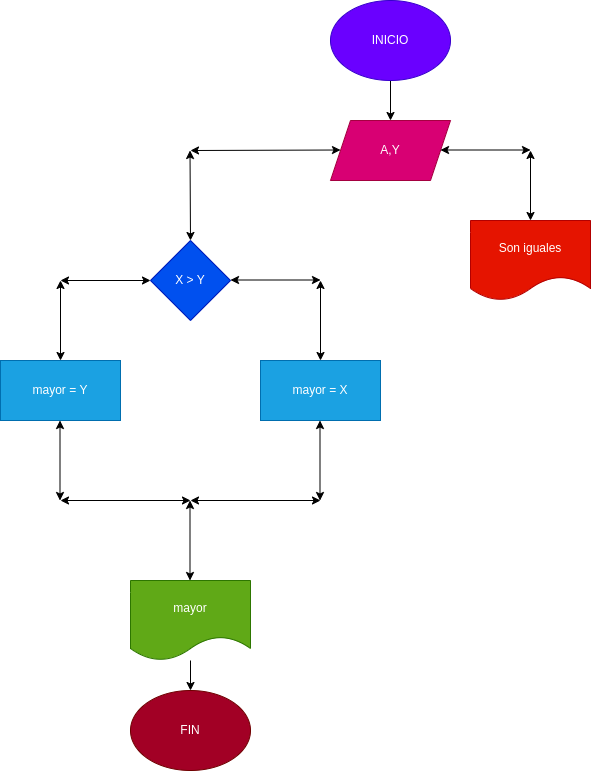
This is diagrama.png from JuanManueArenas/mayor_2enteros, a draw.io export, as it was before one commit. Source tidied: cells renumbered, new cells last; positions are measured from the earlier drawing's top-left corner, leaving out a move shared by most shapes.
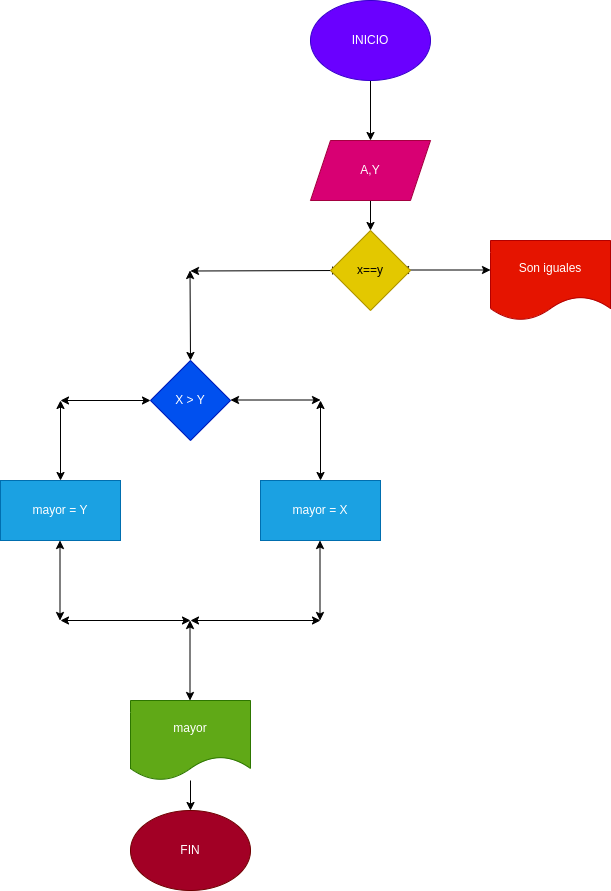
After the change.

Commit message:
se actualizo el diagrama de flujo y el programa

The edit, as a diff of the source:
```diff
@@ -6,10 +6,13 @@
       <mxGeometry relative="1" as="geometry" />
     </mxCell>
     <mxCell id="3" value="INICIO" style="ellipse;whiteSpace=wrap;html=1;fillColor=#6a00ff;fontColor=#ffffff;strokeColor=#3700CC;" parent="1" vertex="1">
-      <mxGeometry x="330" width="120" height="80" as="geometry" />
+      <mxGeometry x="310" y="-120" width="120" height="80" as="geometry" />
     </mxCell>
+    <mxCell id="25" style="edgeStyle=none;html=1;" parent="1" edge="1" source="4" target="26">
+      <mxGeometry relative="1" as="geometry" />
+    </mxCell>
     <mxCell id="4" value="A,Y" style="shape=parallelogram;perimeter=parallelogramPerimeter;whiteSpace=wrap;html=1;fixedSize=1;fillColor=#d80073;fontColor=#ffffff;strokeColor=#A50040;" parent="1" vertex="1">
-      <mxGeometry x="330" y="120" width="120" height="60" as="geometry" />
+      <mxGeometry x="310" y="20" width="120" height="60" as="geometry" />
     </mxCell>
     <mxCell id="5" value="X &amp;gt;&amp;nbsp;Y" style="rhombus;whiteSpace=wrap;html=1;fillColor=#0050ef;fontColor=#ffffff;strokeColor=#001DBC;" parent="1" vertex="1">
       <mxGeometry x="150" y="240" width="80" height="80" as="geometry" />
@@ -83,8 +86,8 @@
     </mxCell>
     <mxCell id="20" style="endArrow=classic;startArrow=classic;html=1;entryX=0;entryY=0.5;entryDx=0;entryDy=0;" parent="1" edge="1">
       <mxGeometry relative="1" as="geometry">
-        <mxPoint x="190" y="150" as="sourcePoint" />
-        <mxPoint x="340" y="149.5" as="targetPoint" />
+        <mxPoint x="190" y="150.5" as="sourcePoint" />
+        <mxPoint x="340" y="150" as="targetPoint" />
       </mxGeometry>
     </mxCell>
     <mxCell id="21" style="endArrow=classic;startArrow=classic;html=1;entryX=0.5;entryY=0;entryDx=0;entryDy=0;" parent="1" edge="1" target="5">
@@ -94,17 +97,15 @@
     </mxCell>
     <mxCell id="22" style="endArrow=classic;startArrow=classic;html=1;entryX=0;entryY=0.5;entryDx=0;entryDy=0;" parent="1" edge="1">
       <mxGeometry relative="1" as="geometry">
-        <mxPoint x="440" y="149.5" as="sourcePoint" />
-        <mxPoint x="530" y="149.5" as="targetPoint" />
+        <mxPoint x="400" y="149.5" as="sourcePoint" />
+        <mxPoint x="490" y="149.5" as="targetPoint" />
       </mxGeometry>
     </mxCell>
-    <mxCell id="23" style="endArrow=classic;startArrow=classic;html=1;" parent="1" edge="1" target="24">
-      <mxGeometry relative="1" as="geometry">
-        <mxPoint x="530" y="150" as="sourcePoint" />
-      </mxGeometry>
-    </mxCell>
     <mxCell id="24" value="Son iguales" style="shape=document;whiteSpace=wrap;html=1;boundedLbl=1;fillColor=#e51400;fontColor=#ffffff;strokeColor=#B20000;" parent="1" vertex="1">
-      <mxGeometry x="470" y="220" width="120" height="80" as="geometry" />
+      <mxGeometry x="490" y="120" width="120" height="80" as="geometry" />
     </mxCell>
+    <mxCell id="26" value="x==y" style="rhombus;whiteSpace=wrap;html=1;fillColor=#e3c800;fontColor=#000000;strokeColor=#B09500;" parent="1" vertex="1">
+      <mxGeometry x="330" y="110" width="80" height="80" as="geometry" />
+    </mxCell>
   </root>
 </mxGraphModel>
```
